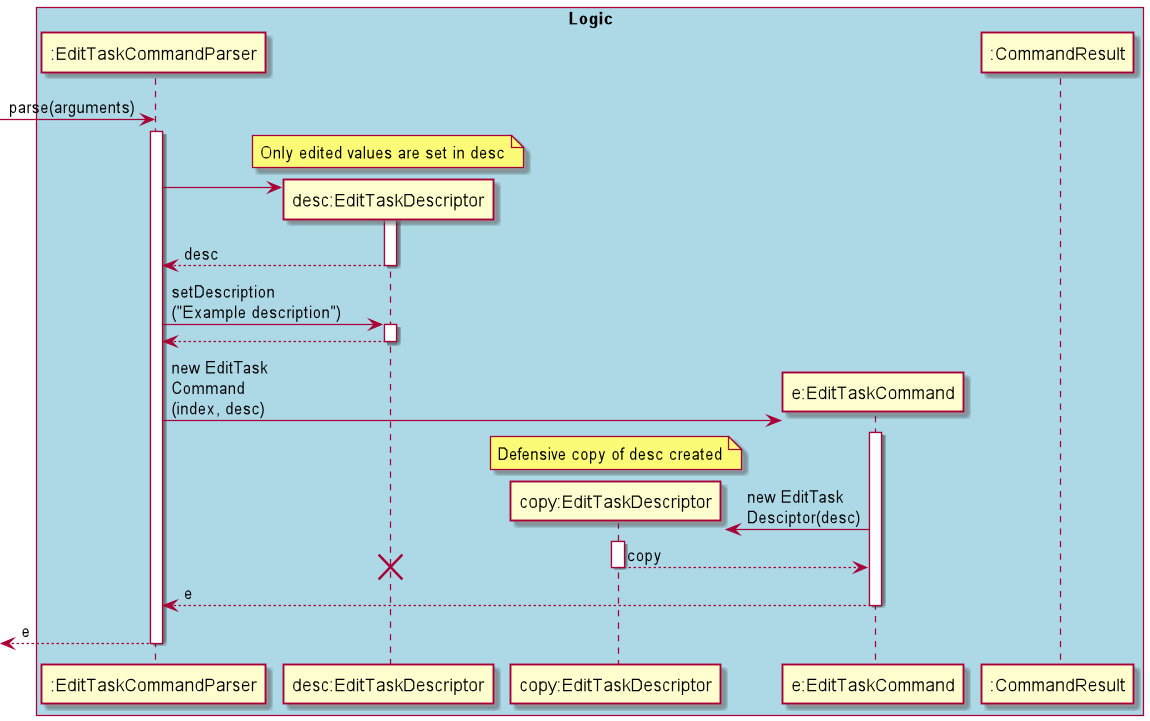
This is docs/images/EditTaskCommandParse.png from yeppog/tp, a PlantUML export, as it was before one commit. Its source is kept beside it as docs/diagrams/EditTaskCommandParse.puml.
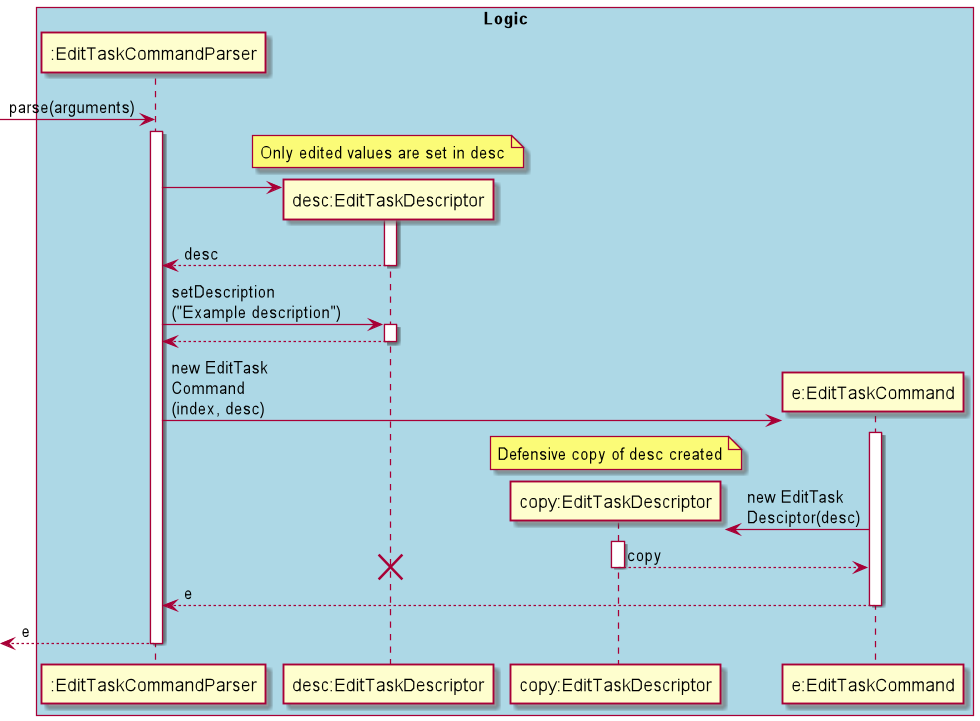
The same file after the commit.

What changed in the source:
```diff
@@ -5,7 +5,6 @@
 participant "desc:EditTaskDescriptor" as ed
 participant "copy:EditTaskDescriptor" as copy
 participant "e:EditTaskCommand" as e
-participant ":CommandResult" as result
 end box
 
 [-> ETCP ** : parse(arguments)
```
